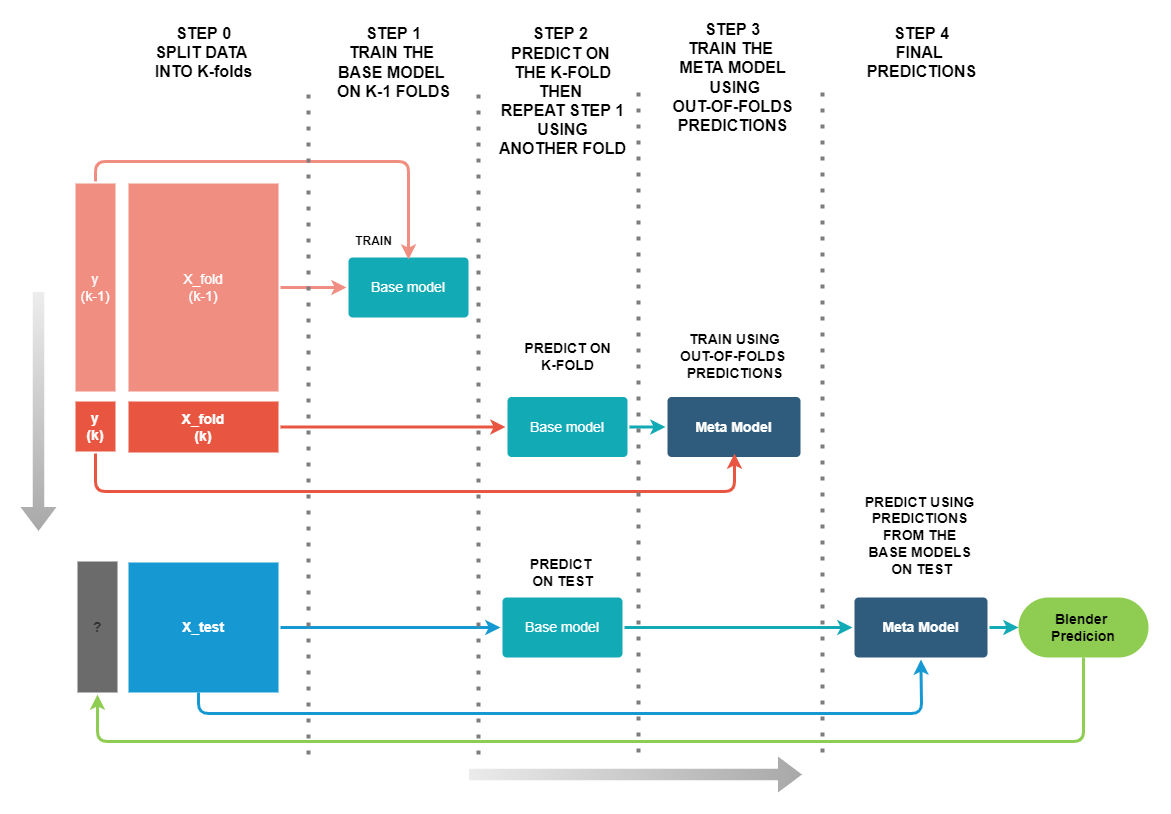
The draw.io diagram stacking/stacking_scheme.png in maikereis/ensembling_techniques, before a commit. Source tidied: cells renumbered, new cells last; positions are measured from the earlier drawing's top-left corner, leaving out a move shared by most shapes. Its diagram source:
```xml
<mxGraphModel>
  <root>
    <mxCell id="0" />
    <mxCell id="1" parent="0" />
    <mxCell id="2" style="edgeStyle=none;rounded=1;jumpStyle=none;html=1;shadow=0;labelBackgroundColor=none;startArrow=none;startFill=0;jettySize=auto;strokeColor=#F08E81;strokeWidth=3;fontFamily=Helvetica;fontSize=14;fontColor=#FFFFFF;spacing=5;fontStyle=1;fillColor=#b0e3e6;exitX=1;exitY=0.5;exitDx=0;exitDy=0;entryX=0;entryY=0.5;entryDx=0;entryDy=0;" parent="1" edge="1" source="4" target="6">
      <mxGeometry relative="1" as="geometry" />
    </mxCell>
    <mxCell id="3" value="X_fold&lt;br&gt;(k)" style="rounded=1;whiteSpace=wrap;html=1;shadow=0;labelBackgroundColor=none;strokeColor=none;strokeWidth=3;fillColor=#e85642;fontFamily=Helvetica;fontSize=14;fontColor=#FFFFFF;align=center;spacing=5;fontStyle=1;arcSize=0;perimeterSpacing=2;" parent="1" vertex="1">
      <mxGeometry x="90" y="374" width="150" height="51" as="geometry" />
    </mxCell>
    <mxCell id="4" value="X_fold&lt;br&gt;(k-1)" style="rounded=1;whiteSpace=wrap;html=1;shadow=0;labelBackgroundColor=none;strokeColor=none;strokeWidth=3;fillColor=#f08e81;fontFamily=Helvetica;fontSize=14;fontColor=#FFFFFF;align=center;spacing=5;fontStyle=0;arcSize=0;perimeterSpacing=2;" parent="1" vertex="1">
      <mxGeometry x="90" y="156" width="150" height="208" as="geometry" />
    </mxCell>
    <mxCell id="5" value="Base model" style="rounded=1;whiteSpace=wrap;html=1;shadow=0;labelBackgroundColor=none;strokeColor=none;strokeWidth=3;fillColor=#12AAB5;fontFamily=Helvetica;fontSize=14;fontColor=#FFFFFF;align=center;spacing=5;arcSize=7;perimeterSpacing=2;" parent="1" vertex="1">
      <mxGeometry x="469" y="369.5" width="120" height="60" as="geometry" />
    </mxCell>
    <mxCell id="6" value="Base model" style="rounded=1;whiteSpace=wrap;html=1;shadow=0;labelBackgroundColor=none;strokeColor=none;strokeWidth=3;fillColor=#12AAB5;fontFamily=Helvetica;fontSize=14;fontColor=#FFFFFF;align=center;spacing=5;arcSize=7;perimeterSpacing=2;" parent="1" vertex="1">
      <mxGeometry x="310" y="230" width="120" height="60" as="geometry" />
    </mxCell>
    <mxCell id="7" style="edgeStyle=none;rounded=1;jumpStyle=none;html=1;shadow=0;labelBackgroundColor=none;startArrow=none;startFill=0;jettySize=auto;strokeColor=#E85642;strokeWidth=3;fontFamily=Helvetica;fontSize=14;fontColor=#FFFFFF;spacing=5;fontStyle=1;fillColor=#b0e3e6;exitX=1;exitY=0.5;exitDx=0;exitDy=0;entryX=0;entryY=0.5;entryDx=0;entryDy=0;" parent="1" edge="1" source="3" target="5">
      <mxGeometry relative="1" as="geometry" />
    </mxCell>
    <mxCell id="8" value="&lt;b&gt;&lt;font style=&quot;font-size: 14px&quot;&gt;PREDICT ON&lt;br&gt;K-FOLD&lt;/font&gt;&lt;/b&gt;" style="text;html=1;align=center;verticalAlign=middle;strokeColor=none;fillColor=none;" parent="1" vertex="1">
      <mxGeometry x="479" y="309" width="100" height="40" as="geometry" />
    </mxCell>
    <mxCell id="9" value="Meta Model" style="rounded=1;whiteSpace=wrap;html=1;shadow=0;labelBackgroundColor=none;strokeColor=none;strokeWidth=3;fillColor=#2F5B7C;fontFamily=Helvetica;fontSize=14;fontColor=#FFFFFF;align=center;spacing=5;fontStyle=1;arcSize=7;perimeterSpacing=2;" parent="1" vertex="1">
      <mxGeometry x="629" y="369.5" width="133" height="60" as="geometry" />
    </mxCell>
    <mxCell id="10" style="edgeStyle=none;rounded=1;jumpStyle=none;html=1;shadow=0;labelBackgroundColor=none;startArrow=none;startFill=0;jettySize=auto;strokeColor=#12AAB5;strokeWidth=3;fontFamily=Helvetica;fontSize=14;fontColor=#FFFFFF;spacing=5;fontStyle=1;fillColor=#b0e3e6;exitX=1;exitY=0.5;exitDx=0;exitDy=0;entryX=0;entryY=0.5;entryDx=0;entryDy=0;" parent="1" edge="1" source="5" target="9">
      <mxGeometry relative="1" as="geometry" />
    </mxCell>
    <mxCell id="11" value="&lt;b&gt;&lt;font style=&quot;font-size: 14px&quot;&gt;TRAIN USING&lt;br&gt;OUT-OF-FOLDS &lt;br&gt;PREDICTIONS&lt;/font&gt;&lt;/b&gt;" style="text;html=1;align=center;verticalAlign=middle;strokeColor=none;fillColor=none;" parent="1" vertex="1">
      <mxGeometry x="635.5" y="304" width="120" height="50" as="geometry" />
    </mxCell>
    <mxCell id="12" value="y&lt;br&gt;(k-1)" style="rounded=1;whiteSpace=wrap;html=1;shadow=0;labelBackgroundColor=none;strokeColor=none;strokeWidth=3;fillColor=#f08e81;fontFamily=Helvetica;fontSize=14;fontColor=#FFFFFF;align=center;spacing=5;fontStyle=0;arcSize=0;perimeterSpacing=2;" parent="1" vertex="1">
      <mxGeometry x="37" y="156" width="40" height="208" as="geometry" />
    </mxCell>
    <mxCell id="13" value="y&lt;br&gt;(k)" style="rounded=1;whiteSpace=wrap;html=1;shadow=0;labelBackgroundColor=none;strokeColor=none;strokeWidth=3;fillColor=#e85642;fontFamily=Helvetica;fontSize=14;fontColor=#FFFFFF;align=center;spacing=5;fontStyle=1;arcSize=0;perimeterSpacing=2;" parent="1" vertex="1">
      <mxGeometry x="37" y="374" width="40" height="50" as="geometry" />
    </mxCell>
    <mxCell id="14" style="edgeStyle=none;rounded=1;jumpStyle=none;html=1;shadow=0;labelBackgroundColor=none;startArrow=none;startFill=0;jettySize=auto;strokeColor=#E85642;strokeWidth=3;fontFamily=Helvetica;fontSize=14;fontColor=#FFFFFF;spacing=5;fontStyle=1;fillColor=#b0e3e6;exitX=0.5;exitY=1;exitDx=0;exitDy=0;" parent="1" edge="1" source="13">
      <mxGeometry relative="1" as="geometry">
        <mxPoint x="696" y="426" as="targetPoint" />
        <Array as="points">
          <mxPoint x="57" y="464" />
          <mxPoint x="696" y="464" />
        </Array>
      </mxGeometry>
    </mxCell>
    <mxCell id="15" style="edgeStyle=none;rounded=1;jumpStyle=none;html=1;shadow=0;labelBackgroundColor=none;startArrow=none;startFill=0;jettySize=auto;strokeColor=#F08E81;strokeWidth=3;fontFamily=Helvetica;fontSize=14;fontColor=#FFFFFF;spacing=5;fontStyle=1;fillColor=#b0e3e6;exitX=0.5;exitY=0;exitDx=0;exitDy=0;entryX=0.5;entryY=0.063;entryDx=0;entryDy=0;entryPerimeter=0;" parent="1" edge="1" source="12" target="6">
      <mxGeometry relative="1" as="geometry">
        <Array as="points">
          <mxPoint x="57" y="134" />
          <mxPoint x="210" y="134" />
          <mxPoint x="370" y="134" />
        </Array>
      </mxGeometry>
    </mxCell>
    <mxCell id="16" value="&lt;b&gt;&lt;font&gt;&lt;font style=&quot;font-size: 16px&quot;&gt;STEP 1&lt;br&gt;TRAIN THE&amp;nbsp;&lt;br&gt;BASE MODEL &lt;br&gt;ON K-1 FOLDS&lt;/font&gt;&lt;br&gt;&lt;/font&gt;&lt;/b&gt;" style="text;html=1;align=center;verticalAlign=middle;strokeColor=none;fillColor=none;" parent="1" vertex="1">
      <mxGeometry x="290" width="130" height="70" as="geometry" />
    </mxCell>
    <mxCell id="17" value="&lt;b&gt;&lt;font&gt;&lt;font style=&quot;font-size: 16px&quot;&gt;STEP 2&amp;nbsp;&lt;br&gt;PREDICT ON &lt;br&gt;THE K-FOLD&lt;br&gt;THEN &lt;br&gt;REPEAT STEP 1&lt;br&gt;USING&lt;br&gt;ANOTHER FOLD&lt;/font&gt;&lt;br&gt;&lt;/font&gt;&lt;/b&gt;" style="text;html=1;align=center;verticalAlign=middle;strokeColor=none;fillColor=none;" parent="1" vertex="1">
      <mxGeometry x="454" y="9" width="140" height="110" as="geometry" />
    </mxCell>
    <mxCell id="18" value="&lt;font&gt;&lt;b&gt;&lt;font style=&quot;font-size: 16px&quot;&gt;STEP 3&lt;br&gt;TRAIN THE &lt;br&gt;META MODEL&lt;br&gt;&amp;nbsp;USING&lt;br&gt;OUT-OF-FOLDS&lt;br&gt;PREDICTIONS&lt;/font&gt;&lt;/b&gt;&lt;br&gt;&lt;/font&gt;" style="text;html=1;align=center;verticalAlign=middle;strokeColor=none;fillColor=none;" parent="1" vertex="1">
      <mxGeometry x="624" width="140" height="100" as="geometry" />
    </mxCell>
    <mxCell id="19" style="edgeStyle=none;rounded=1;jumpStyle=none;html=1;shadow=0;labelBackgroundColor=none;startArrow=none;startFill=0;jettySize=auto;orthogonalLoop=1;strokeColor=#E85642;strokeWidth=3;fontFamily=Helvetica;fontSize=14;fontColor=#FFFFFF;spacing=5;fontStyle=1;fillColor=#b0e3e6;" parent="1" edge="1">
      <mxGeometry relative="1" as="geometry">
        <mxPoint x="165" y="645" as="sourcePoint" />
        <mxPoint x="165" y="647" as="targetPoint" />
      </mxGeometry>
    </mxCell>
    <mxCell id="20" value="X_test" style="rounded=1;whiteSpace=wrap;html=1;shadow=0;labelBackgroundColor=none;strokeColor=none;strokeWidth=3;fillColor=#1699d3;fontFamily=Helvetica;fontSize=14;fontColor=#FFFFFF;align=center;spacing=5;fontStyle=1;arcSize=0;perimeterSpacing=2;" parent="1" vertex="1">
      <mxGeometry x="90" y="535" width="150" height="130" as="geometry" />
    </mxCell>
    <mxCell id="21" value="Base model" style="rounded=1;whiteSpace=wrap;html=1;shadow=0;labelBackgroundColor=none;strokeColor=none;strokeWidth=3;fillColor=#12AAB5;fontFamily=Helvetica;fontSize=14;fontColor=#FFFFFF;align=center;spacing=5;arcSize=7;perimeterSpacing=2;" parent="1" vertex="1">
      <mxGeometry x="464" y="570" width="120" height="60" as="geometry" />
    </mxCell>
    <mxCell id="22" style="edgeStyle=none;rounded=0;jumpStyle=none;html=1;shadow=0;labelBackgroundColor=none;startArrow=none;startFill=0;endArrow=classic;endFill=1;jettySize=auto;strokeColor=#1699D3;strokeWidth=3;fontFamily=Helvetica;fontSize=14;fontColor=#FFFFFF;spacing=5;exitX=1;exitY=0.5;exitDx=0;exitDy=0;entryX=0;entryY=0.5;entryDx=0;entryDy=0;" parent="1" edge="1" source="20" target="21">
      <mxGeometry relative="1" as="geometry" />
    </mxCell>
    <mxCell id="23" value="&lt;b&gt;TRAIN&lt;/b&gt;" style="text;html=1;align=center;verticalAlign=middle;strokeColor=none;fillColor=none;" parent="1" vertex="1">
      <mxGeometry x="310" y="204" width="50" height="20" as="geometry" />
    </mxCell>
    <mxCell id="24" value="&lt;b&gt;&lt;font style=&quot;font-size: 14px&quot;&gt;PREDICT &lt;br&gt;ON TEST&lt;/font&gt;&lt;/b&gt;" style="text;html=1;align=center;verticalAlign=middle;strokeColor=none;fillColor=none;" parent="1" vertex="1">
      <mxGeometry x="484" y="525" width="80" height="40" as="geometry" />
    </mxCell>
    <mxCell id="25" style="edgeStyle=none;rounded=1;jumpStyle=none;html=1;shadow=0;labelBackgroundColor=none;startArrow=none;startFill=0;jettySize=auto;strokeColor=#12AAB5;strokeWidth=3;fontFamily=Helvetica;fontSize=14;fontColor=#FFFFFF;spacing=5;fontStyle=1;fillColor=#b0e3e6;exitX=1;exitY=0.5;exitDx=0;exitDy=0;entryX=0;entryY=0.5;entryDx=0;entryDy=0;" parent="1" edge="1" source="21" target="26">
      <mxGeometry relative="1" as="geometry" />
    </mxCell>
    <mxCell id="26" value="Meta Model" style="rounded=1;whiteSpace=wrap;html=1;shadow=0;labelBackgroundColor=none;strokeColor=none;strokeWidth=3;fillColor=#2F5B7C;fontFamily=Helvetica;fontSize=14;fontColor=#FFFFFF;align=center;spacing=5;fontStyle=1;arcSize=7;perimeterSpacing=2;" parent="1" vertex="1">
      <mxGeometry x="816" y="570" width="133" height="60" as="geometry" />
    </mxCell>
    <mxCell id="27" style="endArrow=none;dashed=1;html=1;dashPattern=1 3;strokeWidth=4;rounded=1;fontSize=14;strokeColor=#7D7D7D;" parent="1" edge="1">
      <mxGeometry relative="1" as="geometry">
        <mxPoint x="784" y="725" as="sourcePoint" />
        <mxPoint x="784" y="58" as="targetPoint" />
        <Array as="points">
          <mxPoint x="784" y="426" />
        </Array>
      </mxGeometry>
    </mxCell>
    <mxCell id="28" value="&lt;b&gt;&lt;font style=&quot;font-size: 16px&quot;&gt;STEP 4&lt;br&gt;FINAL &lt;br&gt;PREDICTIONS&lt;/font&gt;&lt;/b&gt;" style="text;html=1;align=center;verticalAlign=middle;strokeColor=none;fillColor=none;" parent="1" vertex="1">
      <mxGeometry x="822.5" width="120" height="50" as="geometry" />
    </mxCell>
    <mxCell id="29" style="edgeStyle=orthogonalEdgeStyle;rounded=1;jettySize=auto;html=1;exitX=0.5;exitY=1;exitDx=0;exitDy=0;entryX=0.5;entryY=1;entryDx=0;entryDy=0;strokeWidth=3;strokeColor=#8FCC52;" parent="1" edge="1" source="30" target="35">
      <mxGeometry relative="1" as="geometry">
        <Array as="points">
          <mxPoint x="1045" y="714" />
          <mxPoint x="59" y="714" />
        </Array>
      </mxGeometry>
    </mxCell>
    <mxCell id="30" value="&lt;b&gt;Blender &lt;br&gt;Predicion&lt;/b&gt;" style="rounded=1;whiteSpace=wrap;html=1;fontSize=14;fillColor=#8FCC52;strokeColor=none;arcSize=50;strokeWidth=4;" parent="1" vertex="1">
      <mxGeometry x="980" y="570" width="130" height="60" as="geometry" />
    </mxCell>
    <mxCell id="31" style="edgeStyle=none;rounded=1;jumpStyle=none;html=1;shadow=0;labelBackgroundColor=none;startArrow=none;startFill=0;jettySize=auto;strokeColor=#12AAB5;strokeWidth=3;fontFamily=Helvetica;fontSize=14;fontColor=#FFFFFF;spacing=5;fontStyle=1;fillColor=#b0e3e6;exitX=1;exitY=0.5;exitDx=0;exitDy=0;entryX=0;entryY=0.5;entryDx=0;entryDy=0;" parent="1" edge="1" source="26" target="30">
      <mxGeometry relative="1" as="geometry" />
    </mxCell>
    <mxCell id="32" value="&lt;b&gt;&lt;font&gt;&lt;font style=&quot;font-size: 16px&quot;&gt;STEP 0&lt;br&gt;SPLIT DATA &lt;br&gt;INTO K-folds&lt;/font&gt;&lt;br&gt;&lt;/font&gt;&lt;/b&gt;" style="text;html=1;align=center;verticalAlign=middle;strokeColor=none;fillColor=none;" parent="1" vertex="1">
      <mxGeometry x="110" width="110" height="50" as="geometry" />
    </mxCell>
    <mxCell id="33" value="&lt;b&gt;&lt;font style=&quot;font-size: 14px&quot;&gt;PREDICT USING &lt;br&gt;PREDICTIONS &lt;br&gt;FROM THE &lt;br&gt;BASE MODELS &lt;br&gt;ON TEST&lt;/font&gt;&lt;br&gt;&lt;/b&gt;" style="text;html=1;align=center;verticalAlign=middle;strokeColor=none;fillColor=none;" parent="1" vertex="1">
      <mxGeometry x="817.5" y="468" width="130" height="80" as="geometry" />
    </mxCell>
    <mxCell id="34" style="edgeStyle=none;rounded=1;jumpStyle=none;html=1;shadow=0;labelBackgroundColor=none;startArrow=none;startFill=0;jettySize=auto;strokeColor=#1699D3;strokeWidth=3;fontFamily=Helvetica;fontSize=14;fontColor=#FFFFFF;spacing=5;fontStyle=1;fillColor=#b0e3e6;entryX=0.5;entryY=1;entryDx=0;entryDy=0;exitX=0.468;exitY=0.985;exitDx=0;exitDy=0;exitPerimeter=0;" parent="1" edge="1" source="20" target="26">
      <mxGeometry relative="1" as="geometry">
        <Array as="points">
          <mxPoint x="160" y="686" />
          <mxPoint x="883" y="686" />
        </Array>
      </mxGeometry>
    </mxCell>
    <mxCell id="35" value="?" style="rounded=1;whiteSpace=wrap;html=1;shadow=0;labelBackgroundColor=none;strokeColor=none;strokeWidth=3;fillColor=#6B6B6B;fontFamily=Helvetica;fontSize=14;fontColor=#333333;align=center;spacing=5;fontStyle=1;arcSize=0;perimeterSpacing=2;" parent="1" vertex="1">
      <mxGeometry x="39" y="534" width="40" height="131" as="geometry" />
    </mxCell>
    <mxCell id="36" style="endArrow=none;dashed=1;html=1;dashPattern=1 3;strokeWidth=4;rounded=1;fontSize=14;strokeColor=#7D7D7D;" parent="1" edge="1">
      <mxGeometry relative="1" as="geometry">
        <mxPoint x="600" y="725" as="sourcePoint" />
        <mxPoint x="600" y="58" as="targetPoint" />
        <Array as="points">
          <mxPoint x="600" y="426" />
        </Array>
      </mxGeometry>
    </mxCell>
    <mxCell id="37" style="endArrow=none;dashed=1;html=1;dashPattern=1 3;strokeWidth=4;rounded=1;fontSize=14;strokeColor=#7D7D7D;" parent="1" edge="1">
      <mxGeometry relative="1" as="geometry">
        <mxPoint x="440" y="727" as="sourcePoint" />
        <mxPoint x="440" y="60" as="targetPoint" />
        <Array as="points">
          <mxPoint x="440" y="428" />
        </Array>
      </mxGeometry>
    </mxCell>
    <mxCell id="38" style="endArrow=none;dashed=1;html=1;dashPattern=1 3;strokeWidth=4;rounded=1;fontSize=14;strokeColor=#7D7D7D;" parent="1" edge="1">
      <mxGeometry relative="1" as="geometry">
        <mxPoint x="270" y="727" as="sourcePoint" />
        <mxPoint x="270" y="60" as="targetPoint" />
        <Array as="points">
          <mxPoint x="270" y="428" />
        </Array>
      </mxGeometry>
    </mxCell>
    <mxCell id="39" style="shape=flexArrow;endArrow=classic;html=1;rounded=0;fontSize=16;strokeColor=none;strokeWidth=1;width=11.428571428571429;endSize=7.671428571428572;endWidth=23.6734693877551;fillColor=#A8A8A8;gradientColor=#EDEDED;gradientDirection=north;" parent="1" edge="1">
      <mxGeometry relative="1" as="geometry">
        <mxPoint y="264" as="sourcePoint" />
        <mxPoint y="504" as="targetPoint" />
      </mxGeometry>
    </mxCell>
    <mxCell id="40" style="shape=flexArrow;endArrow=classic;html=1;rounded=0;fontSize=16;strokeColor=none;strokeWidth=1;width=11.428571428571429;endSize=7.671428571428572;endWidth=23.6734693877551;fillColor=#A8A8A8;gradientColor=#EBEBEB;gradientDirection=west;" parent="1" edge="1">
      <mxGeometry relative="1" as="geometry">
        <mxPoint x="430" y="747" as="sourcePoint" />
        <mxPoint x="764" y="747" as="targetPoint" />
        <Array as="points">
          <mxPoint x="524" y="747" />
        </Array>
      </mxGeometry>
    </mxCell>
  </root>
</mxGraphModel>
```
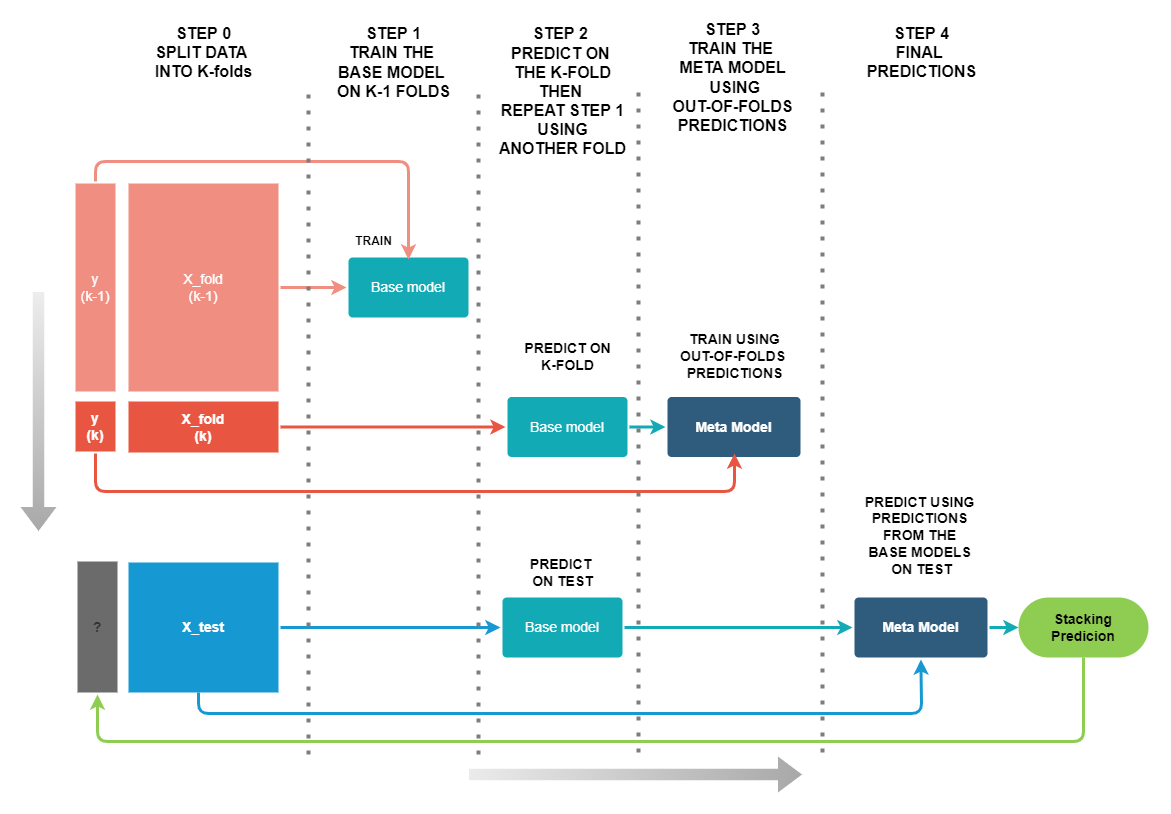
Later version of the same file.

Diff of the diagram source:
```diff
@@ -112,7 +112,7 @@
         </Array>
       </mxGeometry>
     </mxCell>
-    <mxCell id="30" value="&lt;b&gt;Blender &lt;br&gt;Predicion&lt;/b&gt;" style="rounded=1;whiteSpace=wrap;html=1;fontSize=14;fillColor=#8FCC52;strokeColor=none;arcSize=50;strokeWidth=4;" parent="1" vertex="1">
+    <mxCell id="30" value="&lt;b&gt;Stacking&lt;br&gt;Predicion&lt;/b&gt;" style="rounded=1;whiteSpace=wrap;html=1;fontSize=14;fillColor=#8FCC52;strokeColor=none;arcSize=50;strokeWidth=4;" parent="1" vertex="1">
       <mxGeometry x="980" y="570" width="130" height="60" as="geometry" />
     </mxCell>
     <mxCell id="31" style="edgeStyle=none;rounded=1;jumpStyle=none;html=1;shadow=0;labelBackgroundColor=none;startArrow=none;startFill=0;jettySize=auto;strokeColor=#12AAB5;strokeWidth=3;fontFamily=Helvetica;fontSize=14;fontColor=#FFFFFF;spacing=5;fontStyle=1;fillColor=#b0e3e6;exitX=1;exitY=0.5;exitDx=0;exitDy=0;entryX=0;entryY=0.5;entryDx=0;entryDy=0;" parent="1" edge="1" source="26" target="30">
```
